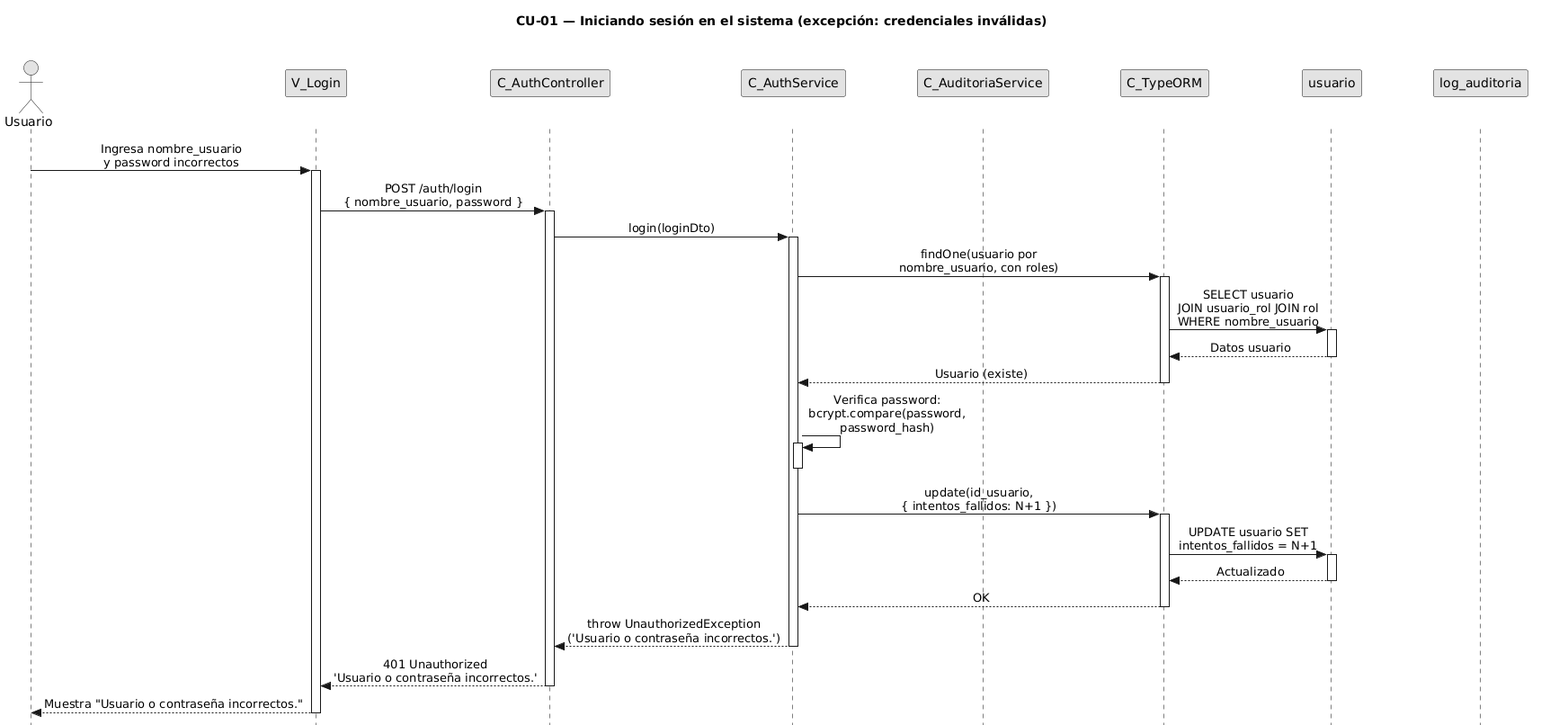
Before: diagramas/diagramas-secuencia/CU01/CU01-exc-credenciales-invalidas.png, a diagram exported from PlantUML (FSM-Finet-y-Cable-Magico/Team_1-Inventario-y-Bodega).
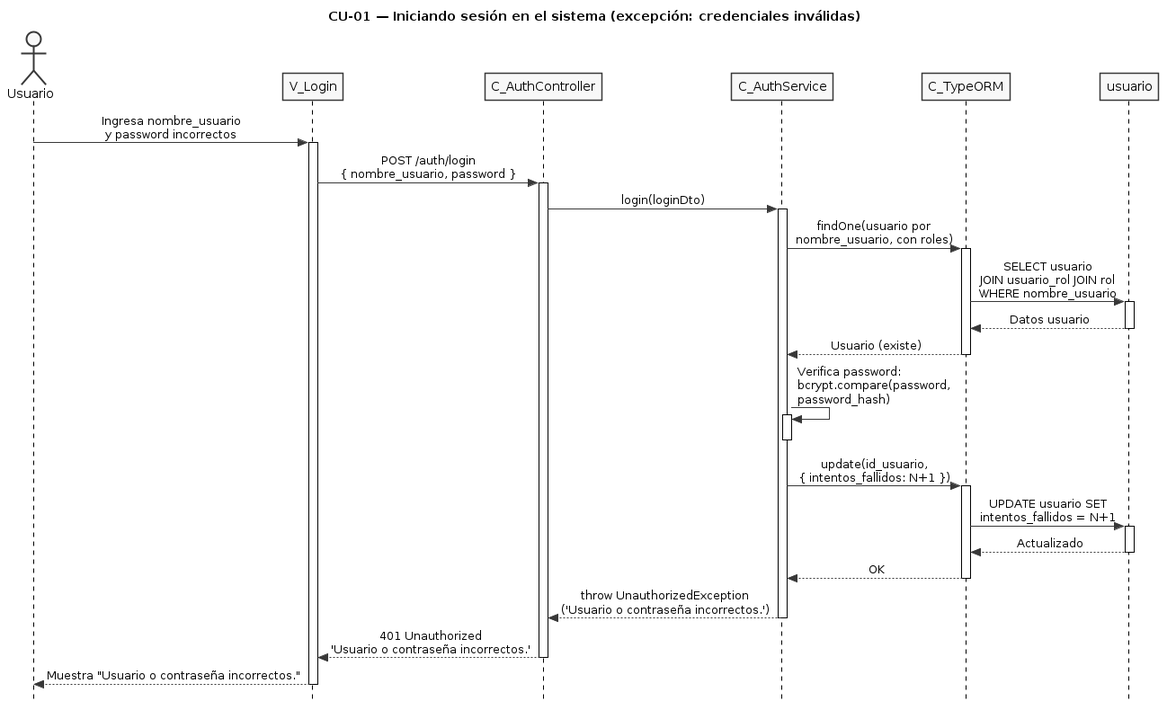
Later version of the same file.

What changed in the source:
```diff
@@ -5,16 +5,8 @@
 skinparam monochrome true
 skinparam shadowing false
 skinparam sequenceMessageAlign center
-<style>
-sequenceDiagram {
-  participant {
-    Margin 35
-  }
-  actor {
-    Margin 15
-  }
-}
-</style>
+skinparam ParticipantPadding 25
+skinparam ActorPadding 20
 skinparam sequence {
   MessageAlign center
   LifeLineBorderColor black
@@ -25,10 +17,8 @@
 participant "V_Login" as view
 participant "C_AuthController" as ctrl
 participant "C_AuthService" as svc
-participant "C_AuditoriaService" as aud
 participant "C_TypeORM" as orm
 participant "usuario" as uent
-participant "log_auditoria" as aent
 
 user -> view : Ingresa nombre_usuario\ny password incorrectos
 activate view
```
